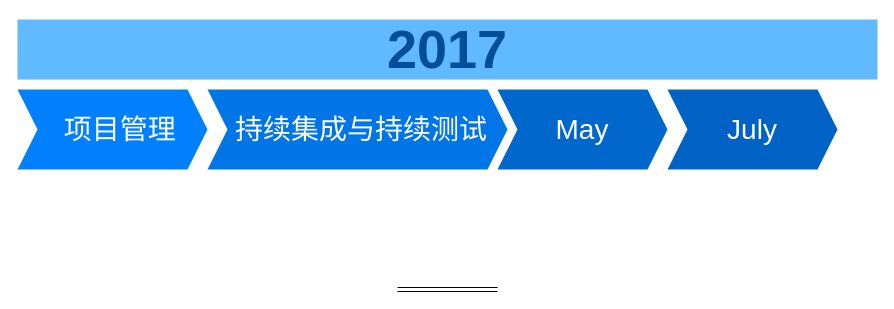
Earlier version of the draw.io diagram Untitled Diagram.drawio (donson/donson.github.com). Source tidied: cells renumbered, new cells numbered last; positions are measured from the earlier drawing's top-left corner, leaving out a move shared by most shapes. Both pictures are drawn from the tidied source at 100%, with x=0, y=0 at pixel (17, 19).
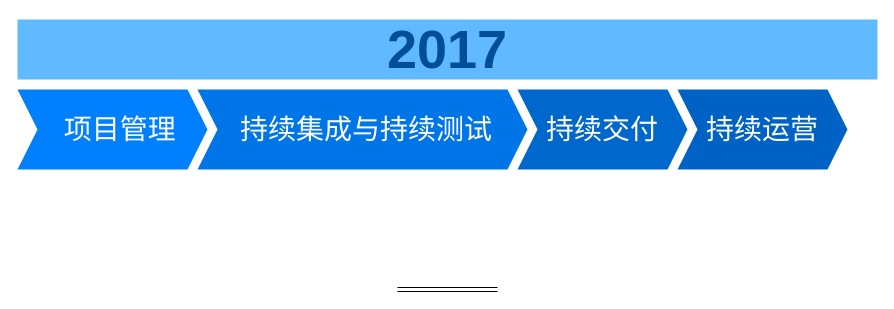
After the change.

What changed in the source:
```diff
@@
 <mxGraphModel background="#ffffff">
   <root>
     <mxCell id="0" />
     <mxCell id="1" parent="0" />
     <mxCell id="2" value="&amp;nbsp; 项目管理" style="shape=step;whiteSpace=wrap;html=1;fontSize=28;fillColor=#0080FF;fontColor=#FFFFFF;strokeColor=none;align=center;size=0.10526315789473684;" parent="1" vertex="1">
       <mxGeometry y="70" width="190" height="80" as="geometry" />
     </mxCell>
-    <mxCell id="3" value="May" style="shape=step;whiteSpace=wrap;html=1;fontSize=28;fillColor=#0067CC;fontColor=#FFFFFF;strokeColor=none;size=0.11764705882352941;" parent="1" vertex="1">
-      <mxGeometry x="480" y="70" width="170" height="80" as="geometry" />
+    <mxCell id="3" value="持续交付" style="shape=step;whiteSpace=wrap;html=1;fontSize=28;fillColor=#0067CC;fontColor=#FFFFFF;strokeColor=none;size=0.11764705882352941;" parent="1" vertex="1">
+      <mxGeometry x="500" y="70" width="170" height="80" as="geometry" />
     </mxCell>
-    <mxCell id="4" value="July" style="shape=step;whiteSpace=wrap;html=1;fontSize=28;fillColor=#0062C4;fontColor=#FFFFFF;strokeColor=none;size=0.11764705882352941;" parent="1" vertex="1">
-      <mxGeometry x="650" y="70" width="170" height="80" as="geometry" />
+    <mxCell id="4" value="持续运营" style="shape=step;whiteSpace=wrap;html=1;fontSize=28;fillColor=#0062C4;fontColor=#FFFFFF;strokeColor=none;size=0.11764705882352941;" parent="1" vertex="1">
+      <mxGeometry x="660" y="70" width="170" height="80" as="geometry" />
     </mxCell>
     <mxCell id="5" value="2017" style="text;html=1;strokeColor=none;fillColor=#61BAFF;align=center;verticalAlign=middle;whiteSpace=wrap;fontSize=54;fontStyle=1;fontColor=#004D99;" parent="1" vertex="1">
       <mxGeometry width="860" height="60" as="geometry" />
     </mxCell>
     <mxCell id="6" style="shape=link;html=1;" parent="1" edge="1">
       <mxGeometry relative="1" as="geometry">
         <mxPoint x="380" y="270" as="sourcePoint" />
         <mxPoint x="480" y="270" as="targetPoint" />
       </mxGeometry>
     </mxCell>
-    <mxCell id="7" value="&lt;span&gt;&amp;nbsp;持续集成与持续测试&lt;/span&gt;" style="shape=step;whiteSpace=wrap;html=1;fontSize=28;fillColor=#0075E8;fontColor=#FFFFFF;strokeColor=none;size=0.06666666666666667;" parent="1" vertex="1">
-      <mxGeometry x="190" y="70" width="300" height="80" as="geometry" />
+    <mxCell id="7" value="&lt;span&gt;&amp;nbsp;持续集成与持续测试&lt;/span&gt;" style="shape=step;whiteSpace=wrap;html=1;fontSize=28;fillColor=#0075E8;fontColor=#FFFFFF;strokeColor=none;size=0.06060606060606061;" parent="1" vertex="1">
+      <mxGeometry x="180" y="70" width="330" height="80" as="geometry" />
     </mxCell>
   </root>
 </mxGraphModel>
```
